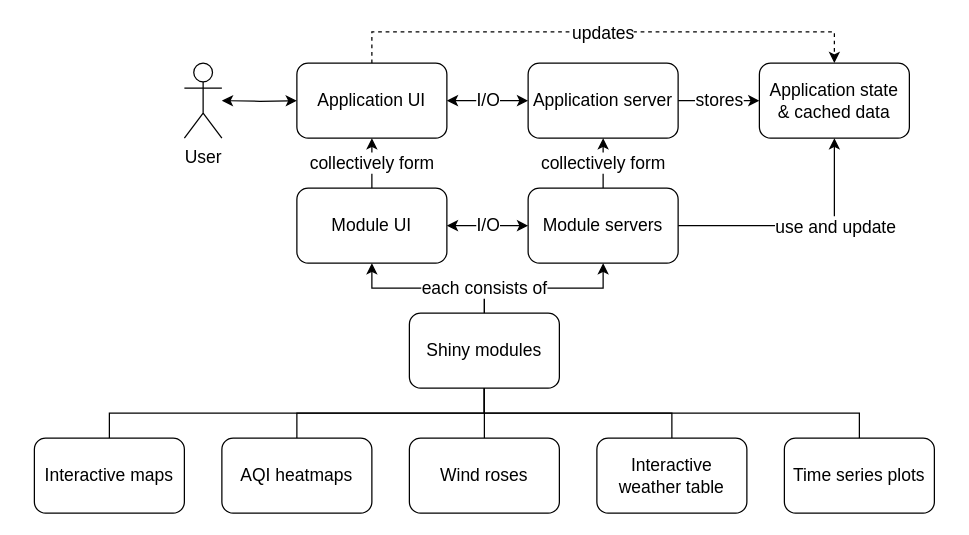
The draw.io diagram figures/app-structure.drawio in szmsu2011/hons-dissertation, before the edit. Source tidied: cells renumbered, new cells numbered last; positions are measured from the earlier drawing's top-left corner, leaving out a move shared by most shapes. Both pictures are drawn from the tidied source at 125%, with x=0, y=0 at pixel (34, 31).
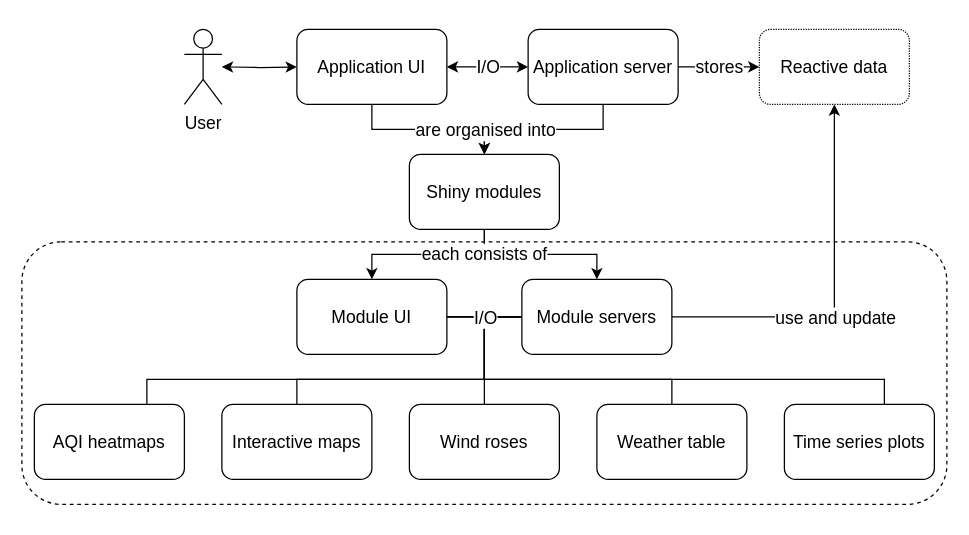
After the change.

Commit message (it also covers changes not shown here):
modify app-structure

Diff of the diagram source:
```diff
@@
     <mxCell id="3" value="&lt;span style=&quot;font-size: 14px&quot;&gt;Application&lt;/span&gt;&lt;span style=&quot;font-size: 14px&quot;&gt;&amp;nbsp;server&lt;/span&gt;" style="rounded=1;whiteSpace=wrap;html=1;" parent="1" vertex="1">
-      <mxGeometry x="395" y="25" width="120" height="60" as="geometry" />
+      <mxGeometry x="395" y="-2" width="120" height="60" as="geometry" />
     </mxCell>
-    <mxCell id="4" style="edgeStyle=orthogonalEdgeStyle;rounded=0;jettySize=auto;html=1;fontSize=14;dashed=1;" parent="1" edge="1" source="6" target="8">
-      <mxGeometry relative="1" as="geometry">
-        <Array as="points">
-          <mxPoint x="270" />
-          <mxPoint x="640" />
-        </Array>
-      </mxGeometry>
-    </mxCell>
-    <mxCell id="5" value="updates" style="edgeLabel;html=1;align=center;verticalAlign=middle;fontSize=14;" parent="4" vertex="1">
-      <mxGeometry x="-0.09" y="-1" relative="1" as="geometry">
-        <mxPoint x="18" y="-1" as="offset" />
-      </mxGeometry>
-    </mxCell>
     <mxCell id="6" value="Application UI" style="rounded=1;whiteSpace=wrap;html=1;fontSize=14;" parent="1" vertex="1">
-      <mxGeometry x="210" y="25" width="120" height="60" as="geometry" />
+      <mxGeometry x="210" y="-2" width="120" height="60" as="geometry" />
     </mxCell>
@@
-    <mxCell id="8" value="Application state&lt;br&gt;&amp;amp; cached data" style="rounded=1;whiteSpace=wrap;html=1;fontSize=14;" parent="1" vertex="1">
-      <mxGeometry x="580" y="25" width="120" height="60" as="geometry" />
+    <mxCell id="8" value="Reactive data" style="rounded=1;whiteSpace=wrap;html=1;fontSize=14;dashed=1;dashPattern=1 1;" parent="1" vertex="1">
+      <mxGeometry x="580" y="-2" width="120" height="60" as="geometry" />
     </mxCell>
-    <mxCell id="9" value="collectively form" style="edgeStyle=orthogonalEdgeStyle;rounded=0;jettySize=auto;html=1;fontSize=14;" parent="1" edge="1" source="12" target="3">
-      <mxGeometry relative="1" as="geometry" />
-    </mxCell>
+    <mxCell id="31" style="edgeStyle=orthogonalEdgeStyle;rounded=0;jettySize=auto;html=1;endArrow=none;endFill=0;" parent="1" edge="1" source="12" target="22">
+      <mxGeometry relative="1" as="geometry">
+        <Array as="points">
+          <mxPoint x="360" y="228" />
+        </Array>
+      </mxGeometry>
+    </mxCell>
+    <mxCell id="32" style="edgeStyle=orthogonalEdgeStyle;rounded=0;jettySize=auto;html=1;endArrow=none;endFill=0;" parent="1" edge="1" source="12" target="24">
+      <mxGeometry relative="1" as="geometry">
+        <Array as="points">
+          <mxPoint x="360" y="228" />
+          <mxPoint x="360" y="278" />
+          <mxPoint x="680" y="278" />
+        </Array>
+      </mxGeometry>
+    </mxCell>
+    <mxCell id="33" style="edgeStyle=orthogonalEdgeStyle;rounded=0;jettySize=auto;html=1;endArrow=none;endFill=0;" parent="1" edge="1" source="12" target="30">
+      <mxGeometry relative="1" as="geometry">
+        <Array as="points">
+          <mxPoint x="360" y="228" />
+          <mxPoint x="360" y="278" />
+          <mxPoint x="510" y="278" />
+        </Array>
+      </mxGeometry>
+    </mxCell>
-    <mxCell id="10" style="edgeStyle=orthogonalEdgeStyle;rounded=0;jettySize=auto;html=1;fontSize=14;" parent="1" edge="1" source="12" target="8">
+    <mxCell id="10" style="edgeStyle=orthogonalEdgeStyle;rounded=0;jettySize=auto;html=1;entryX=0.5;entryY=1;entryDx=0;entryDy=0;" parent="1" edge="1" source="12" target="8">
       <mxGeometry relative="1" as="geometry" />
     </mxCell>
-    <mxCell id="11" value="use and update" style="edgeLabel;html=1;align=center;verticalAlign=middle;fontSize=14;" parent="10" vertex="1">
-      <mxGeometry x="0.01" y="4" relative="1" as="geometry">
-        <mxPoint x="27" y="4" as="offset" />
+    <mxCell id="11" value="&lt;span style=&quot;font-size: 14px&quot;&gt;use and update&lt;/span&gt;" style="edgeLabel;html=1;align=center;verticalAlign=middle;" parent="10" vertex="1">
+      <mxGeometry x="-0.17" y="3" relative="1" as="geometry">
+        <mxPoint x="5" y="3" as="offset" />
       </mxGeometry>
     </mxCell>
     <mxCell id="12" value="Module servers" style="rounded=1;whiteSpace=wrap;html=1;fontSize=14;" parent="1" vertex="1">
-      <mxGeometry x="395" y="125" width="120" height="60" as="geometry" />
+      <mxGeometry x="390" y="198" width="120" height="60" as="geometry" />
     </mxCell>
-    <mxCell id="13" value="collectively form" style="edgeStyle=orthogonalEdgeStyle;rounded=0;jettySize=auto;html=1;fontSize=14;" parent="1" edge="1" source="15" target="6">
-      <mxGeometry relative="1" as="geometry" />
-    </mxCell>
+    <mxCell id="34" style="edgeStyle=orthogonalEdgeStyle;rounded=0;jettySize=auto;html=1;endArrow=none;endFill=0;" parent="1" edge="1" source="15" target="12">
+      <mxGeometry relative="1" as="geometry" />
+    </mxCell>
+    <mxCell id="35" style="edgeStyle=orthogonalEdgeStyle;rounded=0;jettySize=auto;html=1;endArrow=none;endFill=0;" parent="1" edge="1" source="15" target="26">
+      <mxGeometry relative="1" as="geometry">
+        <Array as="points">
+          <mxPoint x="360" y="228" />
+          <mxPoint x="360" y="278" />
+          <mxPoint x="90" y="278" />
+        </Array>
+      </mxGeometry>
+    </mxCell>
+    <mxCell id="36" style="edgeStyle=orthogonalEdgeStyle;rounded=0;jettySize=auto;html=1;endArrow=none;endFill=0;" parent="1" edge="1" source="15" target="28">
+      <mxGeometry relative="1" as="geometry">
+        <Array as="points">
+          <mxPoint x="360" y="228" />
+          <mxPoint x="360" y="278" />
+          <mxPoint x="210" y="278" />
+        </Array>
+      </mxGeometry>
+    </mxCell>
-    <mxCell id="14" value="I/O" style="edgeStyle=orthogonalEdgeStyle;rounded=0;jettySize=auto;html=1;fontSize=14;startArrow=classic;startFill=1;endArrow=classic;endFill=1;" parent="1" edge="1" source="15" target="12">
-      <mxGeometry relative="1" as="geometry" />
+    <mxCell id="14" value="I/O" style="edgeLabel;html=1;align=center;verticalAlign=middle;fontSize=14;" parent="36" vertex="1">
+      <mxGeometry x="-0.77" relative="1" as="geometry">
+        <mxPoint x="1" as="offset" />
+      </mxGeometry>
     </mxCell>
     <mxCell id="15" value="Module UI" style="rounded=1;whiteSpace=wrap;html=1;fontSize=14;" parent="1" vertex="1">
-      <mxGeometry x="210" y="125" width="120" height="60" as="geometry" />
+      <mxGeometry x="210" y="198" width="120" height="60" as="geometry" />
     </mxCell>
     <mxCell id="16" style="edgeStyle=orthogonalEdgeStyle;rounded=0;jettySize=auto;html=1;fontSize=14;startArrow=classic;startFill=1;" parent="1" edge="1" target="6">
       <mxGeometry relative="1" as="geometry">
-        <mxPoint x="150" y="55" as="sourcePoint" />
+        <mxPoint x="150" y="28" as="sourcePoint" />
       </mxGeometry>
     </mxCell>
     <mxCell id="17" value="User" style="shape=umlActor;verticalLabelPosition=bottom;verticalAlign=top;html=1;fontSize=14;" parent="1" vertex="1">
-      <mxGeometry x="120" y="25" width="30" height="60" as="geometry" />
+      <mxGeometry x="120" y="-2" width="30" height="60" as="geometry" />
     </mxCell>
-    <mxCell id="18" style="edgeStyle=orthogonalEdgeStyle;rounded=0;jettySize=auto;html=1;fontSize=14;startArrow=none;startFill=0;" parent="1" edge="1" source="20" target="15">
-      <mxGeometry relative="1" as="geometry" />
-    </mxCell>
+    <mxCell id="22" value="Wind roses" style="rounded=1;whiteSpace=wrap;html=1;fontSize=14;" parent="1" vertex="1">
+      <mxGeometry x="300" y="298" width="120" height="60" as="geometry" />
+    </mxCell>
+    <mxCell id="24" value="Time series plots" style="rounded=1;whiteSpace=wrap;html=1;fontSize=14;" parent="1" vertex="1">
+      <mxGeometry x="600" y="298" width="120" height="60" as="geometry" />
+    </mxCell>
+    <mxCell id="26" value="AQI heatmaps" style="rounded=1;whiteSpace=wrap;html=1;fontSize=14;" parent="1" vertex="1">
+      <mxGeometry y="298" width="120" height="60" as="geometry" />
+    </mxCell>
+    <mxCell id="28" value="Interactive maps" style="rounded=1;whiteSpace=wrap;html=1;fontSize=14;" parent="1" vertex="1">
+      <mxGeometry x="150" y="298" width="120" height="60" as="geometry" />
+    </mxCell>
+    <mxCell id="30" value="Weather table" style="rounded=1;whiteSpace=wrap;html=1;fontSize=14;" parent="1" vertex="1">
+      <mxGeometry x="450" y="298" width="120" height="60" as="geometry" />
+    </mxCell>
+    <mxCell id="37" style="edgeStyle=orthogonalEdgeStyle;rounded=0;jettySize=auto;html=1;" parent="1" edge="1" source="20" target="12">
+      <mxGeometry relative="1" as="geometry" />
+    </mxCell>
-    <mxCell id="19" value="each consists of" style="edgeStyle=orthogonalEdgeStyle;rounded=0;jettySize=auto;html=1;fontSize=14;startArrow=none;startFill=0;endArrow=classic;endFill=1;" parent="1" edge="1" source="20" target="12">
-      <mxGeometry x="-0.7" relative="1" as="geometry" />
+    <mxCell id="19" value="&lt;span style=&quot;font-size: 14px&quot;&gt;each consists of&lt;/span&gt;" style="edgeStyle=orthogonalEdgeStyle;rounded=0;jettySize=auto;html=1;" parent="1" edge="1" source="20" target="15">
+      <mxGeometry x="-0.69" relative="1" as="geometry" />
     </mxCell>
+    <mxCell id="38" style="edgeStyle=orthogonalEdgeStyle;rounded=0;jettySize=auto;html=1;endArrow=none;endFill=0;startArrow=classic;startFill=1;" parent="1" edge="1" source="20" target="6">
+      <mxGeometry relative="1" as="geometry" />
+    </mxCell>
+    <mxCell id="39" style="edgeStyle=orthogonalEdgeStyle;rounded=0;jettySize=auto;html=1;endArrow=none;endFill=0;startArrow=classic;startFill=1;" parent="1" edge="1" source="20" target="3">
+      <mxGeometry relative="1" as="geometry" />
+    </mxCell>
+    <mxCell id="40" value="&lt;font style=&quot;font-size: 14px&quot;&gt;are organised into&lt;/font&gt;" style="edgeLabel;html=1;align=center;verticalAlign=middle;" parent="39" vertex="1">
+      <mxGeometry x="-0.69" y="-1" relative="1" as="geometry">
+        <mxPoint x="-1" y="-1" as="offset" />
+      </mxGeometry>
+    </mxCell>
     <mxCell id="20" value="Shiny modules" style="rounded=1;whiteSpace=wrap;html=1;fontSize=14;" parent="1" vertex="1">
-      <mxGeometry x="300" y="225" width="120" height="60" as="geometry" />
+      <mxGeometry x="300" y="98" width="120" height="60" as="geometry" />
     </mxCell>
-    <mxCell id="21" style="edgeStyle=orthogonalEdgeStyle;rounded=0;jettySize=auto;html=1;fontSize=14;startArrow=none;startFill=0;endArrow=none;endFill=0;" parent="1" edge="1" source="22" target="20">
-      <mxGeometry relative="1" as="geometry" />
-    </mxCell>
-    <mxCell id="22" value="Wind roses" style="rounded=1;whiteSpace=wrap;html=1;fontSize=14;" parent="1" vertex="1">
-      <mxGeometry x="300" y="325" width="120" height="60" as="geometry" />
-    </mxCell>
-    <mxCell id="23" style="edgeStyle=orthogonalEdgeStyle;rounded=0;jettySize=auto;html=1;fontSize=14;startArrow=none;startFill=0;endArrow=none;endFill=0;" parent="1" edge="1" source="24" target="20">
-      <mxGeometry relative="1" as="geometry">
-        <Array as="points">
-          <mxPoint x="510" y="305" />
-          <mxPoint x="360" y="305" />
-        </Array>
-      </mxGeometry>
-    </mxCell>
-    <mxCell id="24" value="Interactive&lt;br&gt;weather table" style="rounded=1;whiteSpace=wrap;html=1;fontSize=14;" parent="1" vertex="1">
-      <mxGeometry x="450" y="325" width="120" height="60" as="geometry" />
-    </mxCell>
-    <mxCell id="25" style="edgeStyle=orthogonalEdgeStyle;rounded=0;jettySize=auto;html=1;fontSize=14;startArrow=none;startFill=0;endArrow=none;endFill=0;" parent="1" edge="1" source="26" target="20">
-      <mxGeometry relative="1" as="geometry">
-        <Array as="points">
-          <mxPoint x="210" y="305" />
-          <mxPoint x="360" y="305" />
-        </Array>
-      </mxGeometry>
-    </mxCell>
-    <mxCell id="26" value="AQI heatmaps" style="rounded=1;whiteSpace=wrap;html=1;fontSize=14;" parent="1" vertex="1">
-      <mxGeometry x="150" y="325" width="120" height="60" as="geometry" />
-    </mxCell>
-    <mxCell id="27" style="edgeStyle=orthogonalEdgeStyle;rounded=0;jettySize=auto;html=1;fontSize=14;startArrow=none;startFill=0;endArrow=none;endFill=0;" parent="1" edge="1" source="28" target="20">
-      <mxGeometry relative="1" as="geometry">
-        <Array as="points">
-          <mxPoint x="60" y="305" />
-          <mxPoint x="360" y="305" />
-        </Array>
-      </mxGeometry>
-    </mxCell>
-    <mxCell id="28" value="Interactive maps" style="rounded=1;whiteSpace=wrap;html=1;fontSize=14;" parent="1" vertex="1">
-      <mxGeometry y="325" width="120" height="60" as="geometry" />
-    </mxCell>
-    <mxCell id="29" style="edgeStyle=orthogonalEdgeStyle;rounded=0;jettySize=auto;html=1;fontSize=14;startArrow=none;startFill=0;endArrow=none;endFill=0;" parent="1" edge="1" source="30" target="20">
-      <mxGeometry relative="1" as="geometry">
-        <Array as="points">
-          <mxPoint x="660" y="305" />
-          <mxPoint x="360" y="305" />
-        </Array>
-      </mxGeometry>
-    </mxCell>
-    <mxCell id="30" value="Time series plots" style="rounded=1;whiteSpace=wrap;html=1;fontSize=14;" parent="1" vertex="1">
-      <mxGeometry x="600" y="325" width="120" height="60" as="geometry" />
-    </mxCell>
+    <mxCell id="41" style="rounded=1;whiteSpace=wrap;html=1;dashed=1;fillColor=none;" parent="1" vertex="1">
+      <mxGeometry x="-10" y="168" width="740" height="210" as="geometry" />
+    </mxCell>
```
